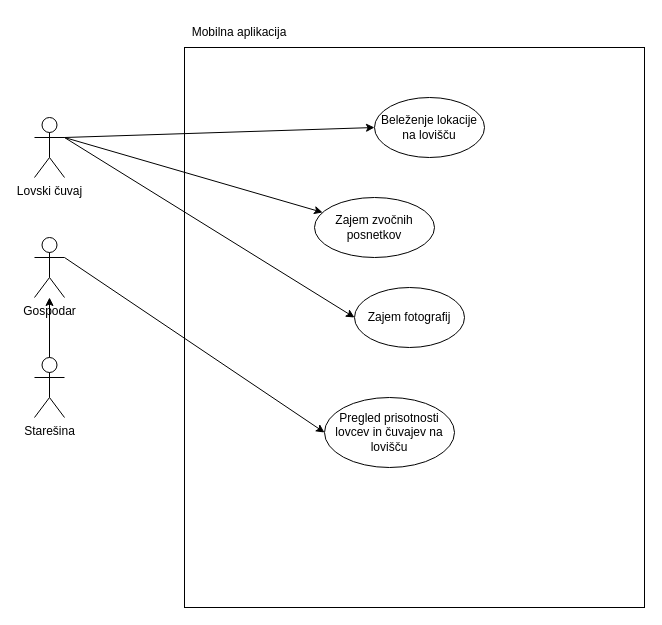
ErnestISv/Lovstvo keeps this draw.io diagram as Lovski čuvaj-Mobilna aplikacija.drawio. Above is the earlier version. Source tidied: cells renumbered, new cells numbered last; positions are measured from the earlier drawing's top-left corner, leaving out a move shared by most shapes. Both pictures are drawn from the tidied source at 100%, with x=0, y=0 at pixel (34, 17).
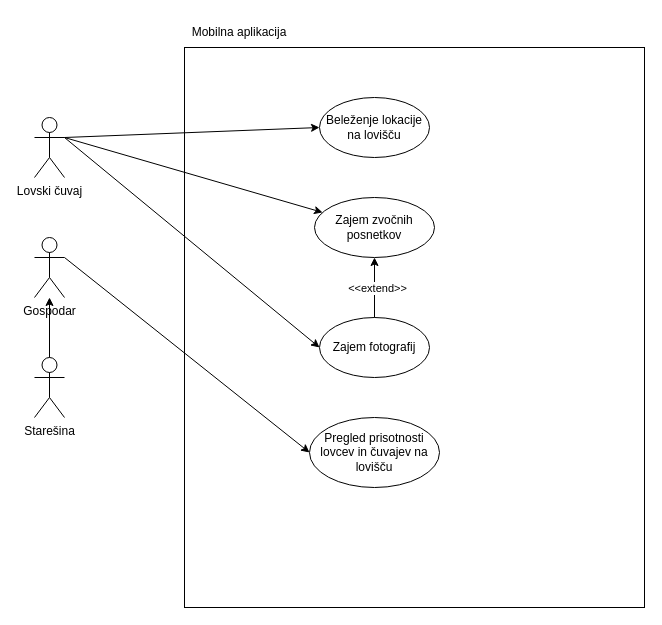
The same diagram, later.

Diff of the diagram source:
```diff
@@
 <mxGraphModel>
   <root>
     <mxCell id="0" />
     <mxCell id="1" parent="0" />
     <mxCell id="2" style="rounded=0;whiteSpace=wrap;html=1;" parent="1" vertex="1">
       <mxGeometry x="150" y="30" width="460" height="560" as="geometry" />
     </mxCell>
     <mxCell id="3" value="Lovski čuvaj" style="shape=umlActor;verticalLabelPosition=bottom;verticalAlign=top;html=1;outlineConnect=0;" parent="1" vertex="1">
       <mxGeometry y="100" width="30" height="60" as="geometry" />
     </mxCell>
     <mxCell id="4" value="Starešina" style="shape=umlActor;verticalLabelPosition=bottom;verticalAlign=top;html=1;outlineConnect=0;" parent="1" vertex="1">
       <mxGeometry y="340" width="30" height="60" as="geometry" />
     </mxCell>
     <mxCell id="5" value="Gospodar" style="shape=umlActor;verticalLabelPosition=bottom;verticalAlign=top;html=1;outlineConnect=0;" parent="1" vertex="1">
       <mxGeometry y="220" width="30" height="60" as="geometry" />
     </mxCell>
     <mxCell id="6" value="Zajem zvočnih posnetkov" style="ellipse;whiteSpace=wrap;html=1;" parent="1" vertex="1">
       <mxGeometry x="280" y="180" width="120" height="60" as="geometry" />
     </mxCell>
     <mxCell id="7" style="endArrow=classic;html=1;rounded=0;exitX=1;exitY=0.3333333333333333;exitDx=0;exitDy=0;exitPerimeter=0;" parent="1" edge="1" source="3" target="6">
       <mxGeometry relative="1" as="geometry" />
     </mxCell>
     <mxCell id="8" value="Zajem fotografij" style="ellipse;whiteSpace=wrap;html=1;" parent="1" vertex="1">
-      <mxGeometry x="320" y="270" width="110" height="60" as="geometry" />
+      <mxGeometry x="285" y="300" width="110" height="60" as="geometry" />
     </mxCell>
     <mxCell id="9" style="endArrow=classic;html=1;rounded=0;entryX=0;entryY=0.5;entryDx=0;entryDy=0;" parent="1" edge="1" target="8">
       <mxGeometry relative="1" as="geometry">
         <mxPoint x="30" y="120" as="sourcePoint" />
       </mxGeometry>
     </mxCell>
     <mxCell id="10" value="Mobilna aplikacija" style="text;html=1;align=center;verticalAlign=middle;whiteSpace=wrap;rounded=0;" parent="1" vertex="1">
       <mxGeometry x="150" width="110" height="30" as="geometry" />
     </mxCell>
     <mxCell id="11" value="Pregled prisotnosti lovcev in čuvajev na lovišču" style="ellipse;whiteSpace=wrap;html=1;" parent="1" vertex="1">
-      <mxGeometry x="290" y="380" width="130" height="70" as="geometry" />
+      <mxGeometry x="275" y="400" width="130" height="70" as="geometry" />
     </mxCell>
     <mxCell id="12" style="endArrow=classic;html=1;rounded=0;exitX=1;exitY=0.3333333333333333;exitDx=0;exitDy=0;exitPerimeter=0;entryX=0;entryY=0.5;entryDx=0;entryDy=0;" parent="1" edge="1" source="5" target="11">
       <mxGeometry relative="1" as="geometry" />
     </mxCell>
     <mxCell id="13" style="endArrow=classic;html=1;rounded=0;exitX=0.5;exitY=0;exitDx=0;exitDy=0;exitPerimeter=0;" parent="1" edge="1" source="4" target="5">
       <mxGeometry relative="1" as="geometry" />
     </mxCell>
     <mxCell id="14" value="Beleženje lokacije na lovišču" style="ellipse;whiteSpace=wrap;html=1;" parent="1" vertex="1">
-      <mxGeometry x="340" y="80" width="110" height="60" as="geometry" />
+      <mxGeometry x="285" y="80" width="110" height="60" as="geometry" />
     </mxCell>
     <mxCell id="15" style="endArrow=classic;html=1;rounded=0;entryX=0;entryY=0.5;entryDx=0;entryDy=0;" parent="1" edge="1" target="14">
       <mxGeometry relative="1" as="geometry">
         <mxPoint x="30" y="120" as="sourcePoint" />
       </mxGeometry>
     </mxCell>
+    <mxCell id="16" style="endArrow=classic;html=1;rounded=0;exitX=0.5;exitY=0;exitDx=0;exitDy=0;entryX=0.5;entryY=1;entryDx=0;entryDy=0;" parent="1" edge="1" source="8" target="6">
+      <mxGeometry relative="1" as="geometry" />
+    </mxCell>
+    <mxCell id="17" value="&amp;lt;&amp;lt;extend&amp;gt;&amp;gt;" style="edgeLabel;html=1;align=center;verticalAlign=middle;" parent="16" vertex="1">
+      <mxGeometry y="-2" relative="1" as="geometry" />
+    </mxCell>
   </root>
 </mxGraphModel>
```
